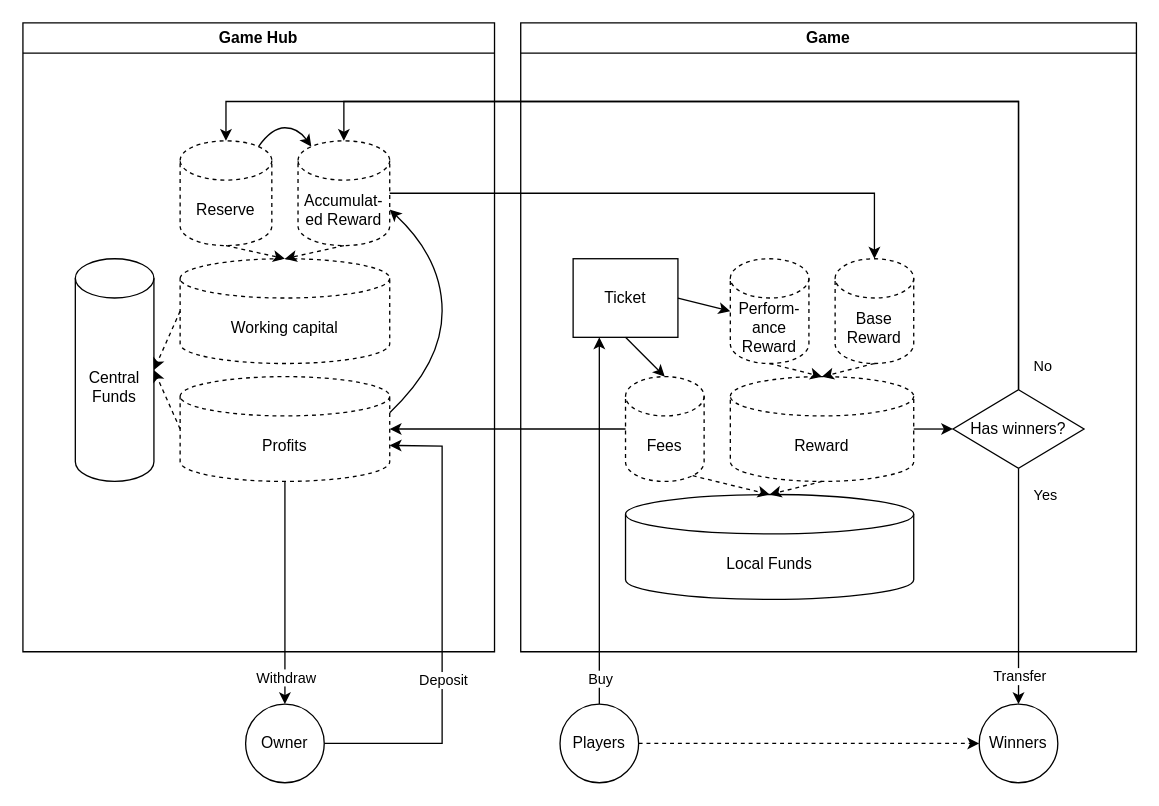
The draw.io diagram docs/diagrams/LuckyGameCapitalCycle.drawio in linhntaim/ethereum-lottery-contract, before the edit. Source tidied: cells renumbered, new cells numbered last; positions are measured from the earlier drawing's top-left corner, leaving out a move shared by most shapes. Both pictures are drawn from the tidied source at 131%, with x=0, y=0 at pixel (22, 22).
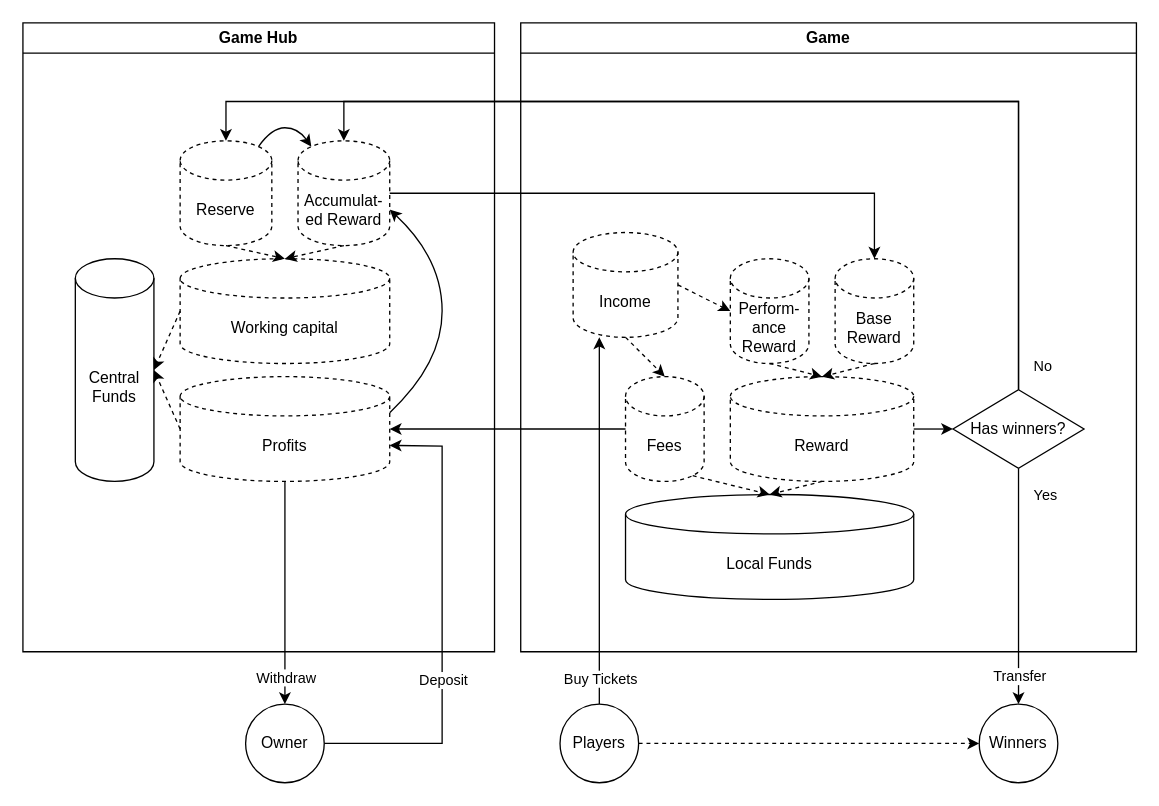
Above is the later version.

Unchanged cells that the change refers to:
```xml
<mxCell id="14" value="Game" style="swimlane;whiteSpace=wrap;html=1;" parent="1" vertex="1">
  <mxGeometry x="380" width="470" height="480" as="geometry" />
</mxCell>
<mxCell id="16" value="Perform-&lt;br&gt;ance Reward" style="shape=cylinder3;whiteSpace=wrap;html=1;boundedLbl=1;backgroundOutline=1;size=15;dashed=1;" parent="14" vertex="1">
  <mxGeometry x="160" y="180" width="60" height="80" as="geometry" />
</mxCell>
<mxCell id="18" value="Fees" style="shape=cylinder3;whiteSpace=wrap;html=1;boundedLbl=1;backgroundOutline=1;size=15;dashed=1;" parent="14" vertex="1">
  <mxGeometry x="80" y="270" width="60" height="80" as="geometry" />
</mxCell>
<mxCell id="42" value="Players" style="ellipse;whiteSpace=wrap;html=1;" parent="1" vertex="1">
  <mxGeometry x="410" y="520" width="60" height="60" as="geometry" />
</mxCell>
```

Change to the diagram source:
```diff
@@
-    <mxCell id="20" value="Ticket" style="rounded=0;whiteSpace=wrap;html=1;" parent="14" vertex="1">
-      <mxGeometry x="40" y="180" width="80" height="60" as="geometry" />
-    </mxCell>
-    <mxCell id="21" style="endArrow=classic;html=1;rounded=0;exitX=1;exitY=0.5;exitDx=0;exitDy=0;entryX=0;entryY=0.5;entryDx=0;entryDy=0;entryPerimeter=0;" parent="14" edge="1" source="20" target="16">
+    <mxCell id="21" style="endArrow=classic;html=1;rounded=0;exitX=1;exitY=0.5;exitDx=0;exitDy=0;entryX=0;entryY=0.5;entryDx=0;entryDy=0;entryPerimeter=0;exitPerimeter=0;dashed=1;" parent="14" edge="1" source="47" target="16">
       <mxGeometry relative="1" as="geometry" />
     </mxCell>
-    <mxCell id="22" style="endArrow=classic;html=1;rounded=0;exitX=0.5;exitY=1;exitDx=0;exitDy=0;entryX=0.5;entryY=0;entryDx=0;entryDy=0;entryPerimeter=0;" parent="14" edge="1" source="20" target="18">
+    <mxCell id="22" style="endArrow=classic;html=1;rounded=0;exitX=0.5;exitY=1;exitDx=0;exitDy=0;entryX=0.5;entryY=0;entryDx=0;entryDy=0;entryPerimeter=0;exitPerimeter=0;dashed=1;" parent="14" edge="1" source="47" target="18">
       <mxGeometry relative="1" as="geometry" />
     </mxCell>
@@
+    <mxCell id="47" value="Income" style="shape=cylinder3;whiteSpace=wrap;html=1;boundedLbl=1;backgroundOutline=1;size=15;dashed=1;" parent="14" vertex="1">
+      <mxGeometry x="40" y="160" width="80" height="80" as="geometry" />
+    </mxCell>
@@
-    <mxCell id="39" style="endArrow=classic;html=1;rounded=0;exitX=0.5;exitY=0;exitDx=0;exitDy=0;entryX=0.25;entryY=1;entryDx=0;entryDy=0;" parent="1" edge="1" source="42" target="20">
-      <mxGeometry relative="1" as="geometry" />
+    <mxCell id="39" style="endArrow=classic;html=1;rounded=0;exitX=0.5;exitY=0;exitDx=0;exitDy=0;entryX=0.25;entryY=1;entryDx=0;entryDy=0;" parent="1" edge="1" source="42">
+      <mxGeometry relative="1" as="geometry">
+        <mxPoint x="440" y="240" as="targetPoint" />
+      </mxGeometry>
     </mxCell>
-    <mxCell id="40" value="Buy" style="edgeLabel;html=1;align=center;verticalAlign=middle;" parent="39" vertex="1">
+    <mxCell id="40" value="Buy Tickets" style="edgeLabel;html=1;align=center;verticalAlign=middle;" parent="39" vertex="1">
       <mxGeometry x="-0.86" relative="1" as="geometry" />
     </mxCell>
```
